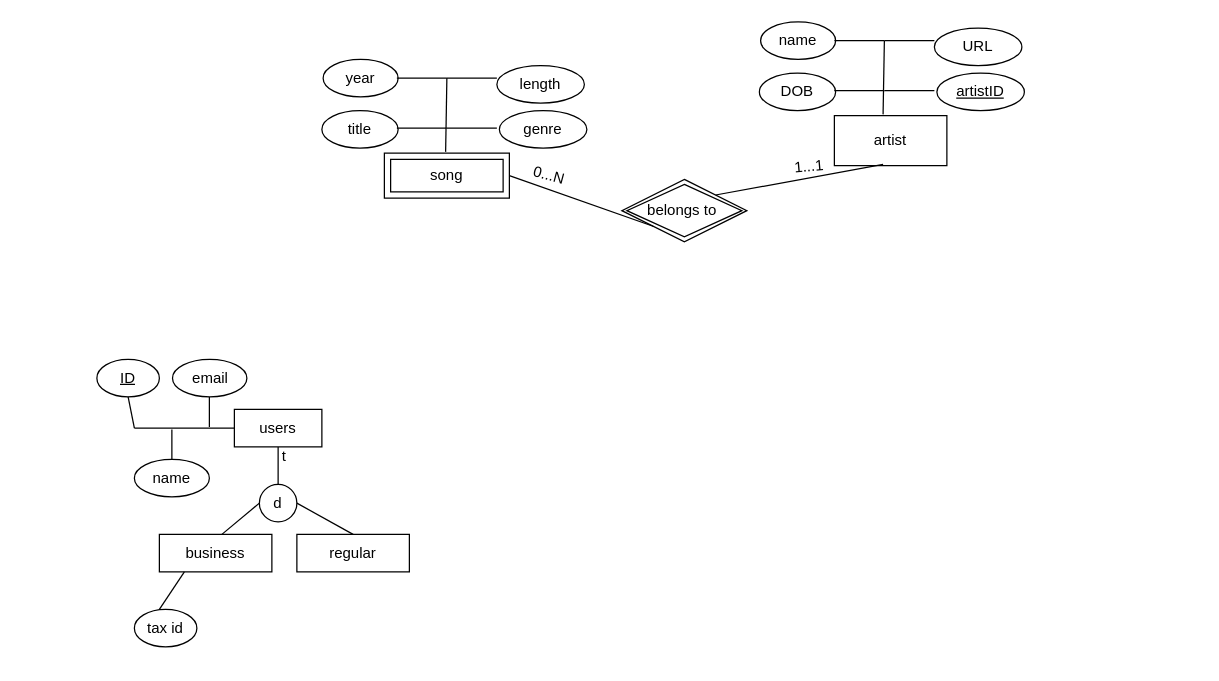
Before: musicmatic.drawio in victoriapuck15/ERdiagrams-, a draw.io diagram. Source tidied: cells renumbered, new cells numbered last; positions are measured from the earlier drawing's top-left corner, leaving out a move shared by most shapes. Both pictures are drawn from the tidied source at 125%, with x=0, y=0 at pixel (96, 21).
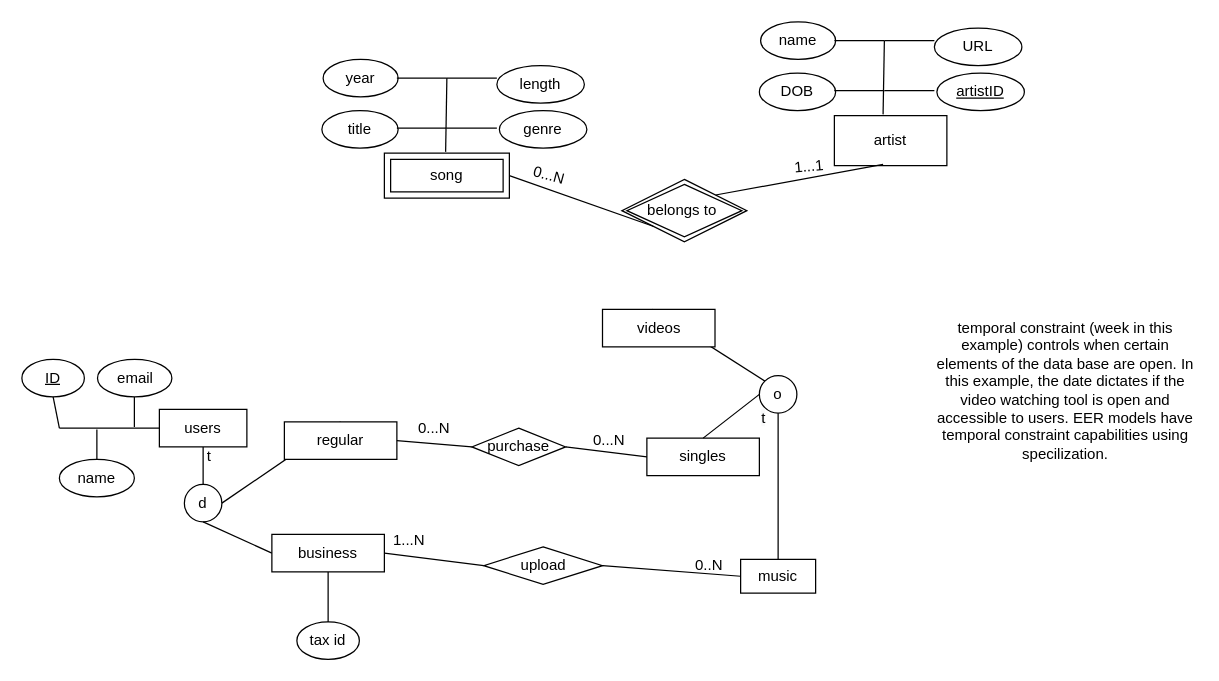
The same page after the edit.

The edit, as a diff of the source:
```diff
@@
     <mxCell id="27" value="users" style="rounded=0;whiteSpace=wrap;html=1;" parent="1" vertex="1">
-      <mxGeometry x="110" y="310" width="70" height="30" as="geometry" />
+      <mxGeometry x="50" y="310" width="70" height="30" as="geometry" />
     </mxCell>
     <mxCell id="28" style="endArrow=none;html=1;rounded=0;entryX=0.5;entryY=1;entryDx=0;entryDy=0;" parent="1" edge="1" target="27">
       <mxGeometry relative="1" as="geometry">
-        <mxPoint x="145" y="370" as="sourcePoint" />
+        <mxPoint x="85" y="370" as="sourcePoint" />
       </mxGeometry>
     </mxCell>
     <mxCell id="29" value="d" style="ellipse;whiteSpace=wrap;html=1;" parent="1" vertex="1">
-      <mxGeometry x="130" y="370" width="30" height="30" as="geometry" />
+      <mxGeometry x="70" y="370" width="30" height="30" as="geometry" />
     </mxCell>
     <mxCell id="30" value="t" style="text;html=1;strokeColor=none;fillColor=none;align=center;verticalAlign=middle;whiteSpace=wrap;rounded=0;" parent="1" vertex="1">
-      <mxGeometry x="120" y="333" width="60" height="30" as="geometry" />
+      <mxGeometry x="60" y="333" width="60" height="30" as="geometry" />
     </mxCell>
-    <mxCell id="31" style="endArrow=none;html=1;rounded=0;entryX=0;entryY=0.5;entryDx=0;entryDy=0;" parent="1" edge="1" target="29">
-      <mxGeometry relative="1" as="geometry">
-        <mxPoint x="100" y="410" as="sourcePoint" />
-      </mxGeometry>
+    <mxCell id="31" style="endArrow=none;html=1;rounded=0;exitX=0;exitY=0.5;exitDx=0;exitDy=0;entryX=0.5;entryY=1;entryDx=0;entryDy=0;" parent="1" edge="1" source="33" target="29">
+      <mxGeometry relative="1" as="geometry" />
     </mxCell>
@@
     <mxCell id="33" value="business" style="rounded=0;whiteSpace=wrap;html=1;" parent="1" vertex="1">
-      <mxGeometry x="50" y="410" width="90" height="30" as="geometry" />
+      <mxGeometry x="140" y="410" width="90" height="30" as="geometry" />
     </mxCell>
     <mxCell id="34" value="regular" style="rounded=0;whiteSpace=wrap;html=1;" parent="1" vertex="1">
-      <mxGeometry x="160" y="410" width="90" height="30" as="geometry" />
+      <mxGeometry x="150" y="320" width="90" height="30" as="geometry" />
     </mxCell>
     <mxCell id="35" style="endArrow=none;html=1;rounded=0;entryX=0;entryY=0.5;entryDx=0;entryDy=0;" parent="1" edge="1" target="27">
       <mxGeometry relative="1" as="geometry">
-        <mxPoint x="30" y="325" as="sourcePoint" />
+        <mxPoint x="-30" y="325" as="sourcePoint" />
       </mxGeometry>
     </mxCell>
     <mxCell id="36" style="endArrow=none;html=1;rounded=0;" parent="1" edge="1">
       <mxGeometry relative="1" as="geometry">
-        <mxPoint x="90" y="324" as="sourcePoint" />
-        <mxPoint x="90" y="294" as="targetPoint" />
+        <mxPoint x="30" y="324" as="sourcePoint" />
+        <mxPoint x="30" y="294" as="targetPoint" />
       </mxGeometry>
     </mxCell>
     <mxCell id="37" value="&lt;u&gt;ID&lt;/u&gt;" style="ellipse;whiteSpace=wrap;html=1;" parent="1" vertex="1">
-      <mxGeometry y="270" width="50" height="30" as="geometry" />
+      <mxGeometry x="-60" y="270" width="50" height="30" as="geometry" />
     </mxCell>
     <mxCell id="38" value="name" style="ellipse;whiteSpace=wrap;html=1;" parent="1" vertex="1">
-      <mxGeometry x="30" y="350" width="60" height="30" as="geometry" />
+      <mxGeometry x="-30" y="350" width="60" height="30" as="geometry" />
     </mxCell>
     <mxCell id="39" value="email" style="ellipse;whiteSpace=wrap;html=1;" parent="1" vertex="1">
-      <mxGeometry x="60.5" y="270" width="59.5" height="30" as="geometry" />
+      <mxGeometry x="0.5" y="270" width="59.5" height="30" as="geometry" />
     </mxCell>
     <mxCell id="40" value="tax id" style="ellipse;whiteSpace=wrap;html=1;" parent="1" vertex="1">
-      <mxGeometry x="30" y="470" width="50" height="30" as="geometry" />
+      <mxGeometry x="160" y="480" width="50" height="30" as="geometry" />
     </mxCell>
     <mxCell id="41" style="endArrow=none;html=1;rounded=0;entryX=0.5;entryY=1;entryDx=0;entryDy=0;" parent="1" edge="1" target="37">
       <mxGeometry relative="1" as="geometry">
-        <mxPoint x="30" y="325" as="sourcePoint" />
+        <mxPoint x="-30" y="325" as="sourcePoint" />
       </mxGeometry>
     </mxCell>
     <mxCell id="42" style="endArrow=none;html=1;rounded=0;exitX=0.5;exitY=0;exitDx=0;exitDy=0;" parent="1" edge="1" source="38">
       <mxGeometry relative="1" as="geometry">
-        <mxPoint x="60" y="326" as="targetPoint" />
+        <mxPoint y="326" as="targetPoint" />
       </mxGeometry>
     </mxCell>
-    <mxCell id="43" style="endArrow=none;html=1;rounded=0;exitX=0.4;exitY=0;exitDx=0;exitDy=0;exitPerimeter=0;" parent="1" edge="1" source="40">
-      <mxGeometry relative="1" as="geometry">
-        <mxPoint x="70" y="440" as="targetPoint" />
-      </mxGeometry>
+    <mxCell id="43" style="endArrow=none;html=1;rounded=0;entryX=0.5;entryY=1;entryDx=0;entryDy=0;exitX=0.5;exitY=0;exitDx=0;exitDy=0;" parent="1" edge="1" source="40" target="33">
+      <mxGeometry relative="1" as="geometry" />
     </mxCell>
+    <mxCell id="44" value="music" style="rounded=0;whiteSpace=wrap;html=1;" parent="1" vertex="1">
+      <mxGeometry x="515" y="430" width="60" height="27" as="geometry" />
+    </mxCell>
+    <mxCell id="45" value="o" style="ellipse;whiteSpace=wrap;html=1;" parent="1" vertex="1">
+      <mxGeometry x="530" y="283" width="30" height="30" as="geometry" />
+    </mxCell>
+    <mxCell id="46" value="&lt;span style=&quot;color: rgb(0, 0, 0); font-family: helvetica; font-size: 12px; font-style: normal; font-weight: 400; letter-spacing: normal; text-align: center; text-indent: 0px; text-transform: none; word-spacing: 0px; background-color: rgb(248, 249, 250); display: inline; float: none;&quot;&gt;t&lt;/span&gt;" style="text;whiteSpace=wrap;html=1;" parent="1" vertex="1">
+      <mxGeometry x="530" y="303" width="30" height="30" as="geometry" />
+    </mxCell>
+    <mxCell id="47" style="endArrow=none;html=1;rounded=0;exitX=0.5;exitY=1;exitDx=0;exitDy=0;entryX=0.5;entryY=0;entryDx=0;entryDy=0;" parent="1" edge="1" source="45" target="44">
+      <mxGeometry relative="1" as="geometry" />
+    </mxCell>
+    <mxCell id="48" style="endArrow=none;html=1;rounded=0;entryX=0;entryY=0;entryDx=0;entryDy=0;exitX=0.444;exitY=0;exitDx=0;exitDy=0;exitPerimeter=0;" parent="1" edge="1" source="49" target="45">
+      <mxGeometry relative="1" as="geometry" />
+    </mxCell>
+    <mxCell id="49" value="videos" style="rounded=0;whiteSpace=wrap;html=1;" parent="1" vertex="1">
+      <mxGeometry x="404.5" y="230" width="90" height="30" as="geometry" />
+    </mxCell>
+    <mxCell id="50" value="singles" style="rounded=0;whiteSpace=wrap;html=1;" parent="1" vertex="1">
+      <mxGeometry x="440" y="333" width="90" height="30" as="geometry" />
+    </mxCell>
+    <mxCell id="51" style="endArrow=none;html=1;rounded=0;entryX=0;entryY=0.5;entryDx=0;entryDy=0;exitX=0.5;exitY=0;exitDx=0;exitDy=0;" parent="1" edge="1" source="50" target="45">
+      <mxGeometry relative="1" as="geometry" />
+    </mxCell>
+    <mxCell id="52" style="endArrow=none;html=1;rounded=0;entryX=0;entryY=0.5;entryDx=0;entryDy=0;" parent="1" edge="1" target="53">
+      <mxGeometry relative="1" as="geometry">
+        <mxPoint x="240" y="335" as="sourcePoint" />
+      </mxGeometry>
+    </mxCell>
+    <mxCell id="53" value="purchase" style="shape=rhombus;perimeter=rhombusPerimeter;whiteSpace=wrap;html=1;align=center;" parent="1" vertex="1">
+      <mxGeometry x="300" y="325" width="75" height="30" as="geometry" />
+    </mxCell>
+    <mxCell id="54" style="endArrow=none;html=1;rounded=0;entryX=0;entryY=0.5;entryDx=0;entryDy=0;exitX=1;exitY=0.5;exitDx=0;exitDy=0;" parent="1" edge="1" source="53" target="50">
+      <mxGeometry relative="1" as="geometry" />
+    </mxCell>
+    <mxCell id="55" value="0...N" style="text;html=1;strokeColor=none;fillColor=none;align=center;verticalAlign=middle;whiteSpace=wrap;rounded=0;" parent="1" vertex="1">
+      <mxGeometry x="240" y="310" width="60" height="30" as="geometry" />
+    </mxCell>
+    <mxCell id="56" value="0...N" style="text;html=1;strokeColor=none;fillColor=none;align=center;verticalAlign=middle;whiteSpace=wrap;rounded=0;" parent="1" vertex="1">
+      <mxGeometry x="380" y="320" width="60" height="30" as="geometry" />
+    </mxCell>
+    <mxCell id="57" style="endArrow=none;html=1;rounded=0;entryX=1;entryY=0.5;entryDx=0;entryDy=0;exitX=0;exitY=0.5;exitDx=0;exitDy=0;" parent="1" edge="1" source="58" target="33">
+      <mxGeometry relative="1" as="geometry" />
+    </mxCell>
+    <mxCell id="58" value="upload" style="shape=rhombus;perimeter=rhombusPerimeter;whiteSpace=wrap;html=1;align=center;" parent="1" vertex="1">
+      <mxGeometry x="309.5" y="420" width="95" height="30" as="geometry" />
+    </mxCell>
+    <mxCell id="59" style="endArrow=none;html=1;rounded=0;entryX=1;entryY=0.5;entryDx=0;entryDy=0;exitX=0;exitY=0.5;exitDx=0;exitDy=0;" parent="1" edge="1" source="44" target="58">
+      <mxGeometry relative="1" as="geometry" />
+    </mxCell>
+    <mxCell id="60" value="1...N" style="text;html=1;strokeColor=none;fillColor=none;align=center;verticalAlign=middle;whiteSpace=wrap;rounded=0;" parent="1" vertex="1">
+      <mxGeometry x="220" y="400" width="60" height="30" as="geometry" />
+    </mxCell>
+    <mxCell id="61" value="0..N" style="text;html=1;strokeColor=none;fillColor=none;align=center;verticalAlign=middle;whiteSpace=wrap;rounded=0;" parent="1" vertex="1">
+      <mxGeometry x="460" y="420" width="60" height="30" as="geometry" />
+    </mxCell>
+    <mxCell id="62" value="temporal constraint (week in this example) controls when certain elements of the data base are open. In this example, the date dictates if the video watching tool is open and accessible to users. EER models have temporal constraint capabilities using specilization." style="text;html=1;strokeColor=none;fillColor=none;align=center;verticalAlign=middle;whiteSpace=wrap;rounded=0;" parent="1" vertex="1">
+      <mxGeometry x="670" y="250" width="210" height="90" as="geometry" />
+    </mxCell>
```
